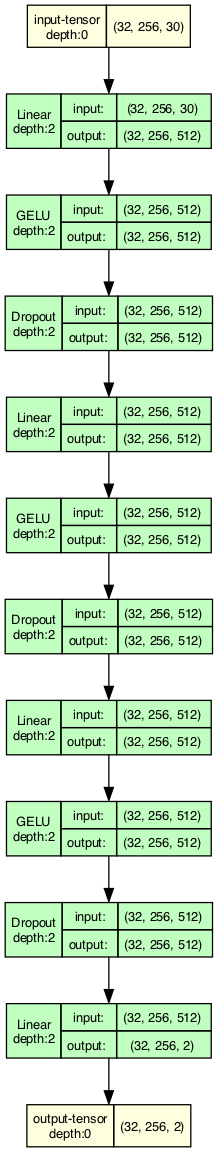
MiniXC/masked-prosody-modeling-evaluation keeps this Graphviz diagram as figures/model.gv.png. Above is the earlier version. Its source is kept beside it as figures/model.gv.
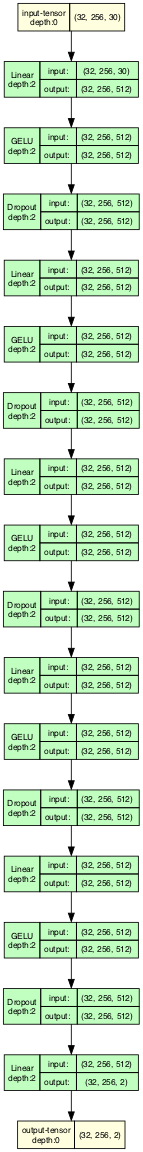
Above is the later version.

Diff of the diagram source:
```diff
@@ -134,10 +134,88 @@
                     </TR>
                     <TR>
                         <TD COLSPAN="2">output: </TD>
+                        <TD COLSPAN="2">(32, 256, 512) </TD>
+                    </TR>
+                    </TABLE>> fillcolor=darkseagreen1]
+	11 [label=<
+                    <TABLE BORDER="0" CELLBORDER="1"
+                    CELLSPACING="0" CELLPADDING="4">
+                    <TR>
+                        <TD ROWSPAN="2">GELU<BR/>depth:2</TD>
+                        <TD COLSPAN="2">input:</TD>
+                        <TD COLSPAN="2">(32, 256, 512) </TD>
+                    </TR>
+                    <TR>
+                        <TD COLSPAN="2">output: </TD>
+                        <TD COLSPAN="2">(32, 256, 512) </TD>
+                    </TR>
+                    </TABLE>> fillcolor=darkseagreen1]
+	12 [label=<
+                    <TABLE BORDER="0" CELLBORDER="1"
+                    CELLSPACING="0" CELLPADDING="4">
+                    <TR>
+                        <TD ROWSPAN="2">Dropout<BR/>depth:2</TD>
+                        <TD COLSPAN="2">input:</TD>
+                        <TD COLSPAN="2">(32, 256, 512) </TD>
+                    </TR>
+                    <TR>
+                        <TD COLSPAN="2">output: </TD>
+                        <TD COLSPAN="2">(32, 256, 512) </TD>
+                    </TR>
+                    </TABLE>> fillcolor=darkseagreen1]
+	13 [label=<
+                    <TABLE BORDER="0" CELLBORDER="1"
+                    CELLSPACING="0" CELLPADDING="4">
+                    <TR>
+                        <TD ROWSPAN="2">Linear<BR/>depth:2</TD>
+                        <TD COLSPAN="2">input:</TD>
+                        <TD COLSPAN="2">(32, 256, 512) </TD>
+                    </TR>
+                    <TR>
+                        <TD COLSPAN="2">output: </TD>
+                        <TD COLSPAN="2">(32, 256, 512) </TD>
+                    </TR>
+                    </TABLE>> fillcolor=darkseagreen1]
+	14 [label=<
+                    <TABLE BORDER="0" CELLBORDER="1"
+                    CELLSPACING="0" CELLPADDING="4">
+                    <TR>
+                        <TD ROWSPAN="2">GELU<BR/>depth:2</TD>
+                        <TD COLSPAN="2">input:</TD>
+                        <TD COLSPAN="2">(32, 256, 512) </TD>
+                    </TR>
+                    <TR>
+                        <TD COLSPAN="2">output: </TD>
+                        <TD COLSPAN="2">(32, 256, 512) </TD>
+                    </TR>
+                    </TABLE>> fillcolor=darkseagreen1]
+	15 [label=<
+                    <TABLE BORDER="0" CELLBORDER="1"
+                    CELLSPACING="0" CELLPADDING="4">
+                    <TR>
+                        <TD ROWSPAN="2">Dropout<BR/>depth:2</TD>
+                        <TD COLSPAN="2">input:</TD>
+                        <TD COLSPAN="2">(32, 256, 512) </TD>
+                    </TR>
+                    <TR>
+                        <TD COLSPAN="2">output: </TD>
+                        <TD COLSPAN="2">(32, 256, 512) </TD>
+                    </TR>
+                    </TABLE>> fillcolor=darkseagreen1]
+	16 [label=<
+                    <TABLE BORDER="0" CELLBORDER="1"
+                    CELLSPACING="0" CELLPADDING="4">
+                    <TR>
+                        <TD ROWSPAN="2">Linear<BR/>depth:2</TD>
+                        <TD COLSPAN="2">input:</TD>
+                        <TD COLSPAN="2">(32, 256, 512) </TD>
+                    </TR>
+                    <TR>
+                        <TD COLSPAN="2">output: </TD>
                         <TD COLSPAN="2">(32, 256, 2) </TD>
                     </TR>
                     </TABLE>> fillcolor=darkseagreen1]
-	11 [label=<
+	17 [label=<
                     <TABLE BORDER="0" CELLBORDER="1"
                     CELLSPACING="0" CELLPADDING="4">
                         <TR><TD>output-tensor<BR/>depth:0</TD><TD>(32, 256, 2)</TD></TR>
@@ -153,4 +231,10 @@
 	8 -> 9
 	9 -> 10
 	10 -> 11
+	11 -> 12
+	12 -> 13
+	13 -> 14
+	14 -> 15
+	15 -> 16
+	16 -> 17
 }
```
